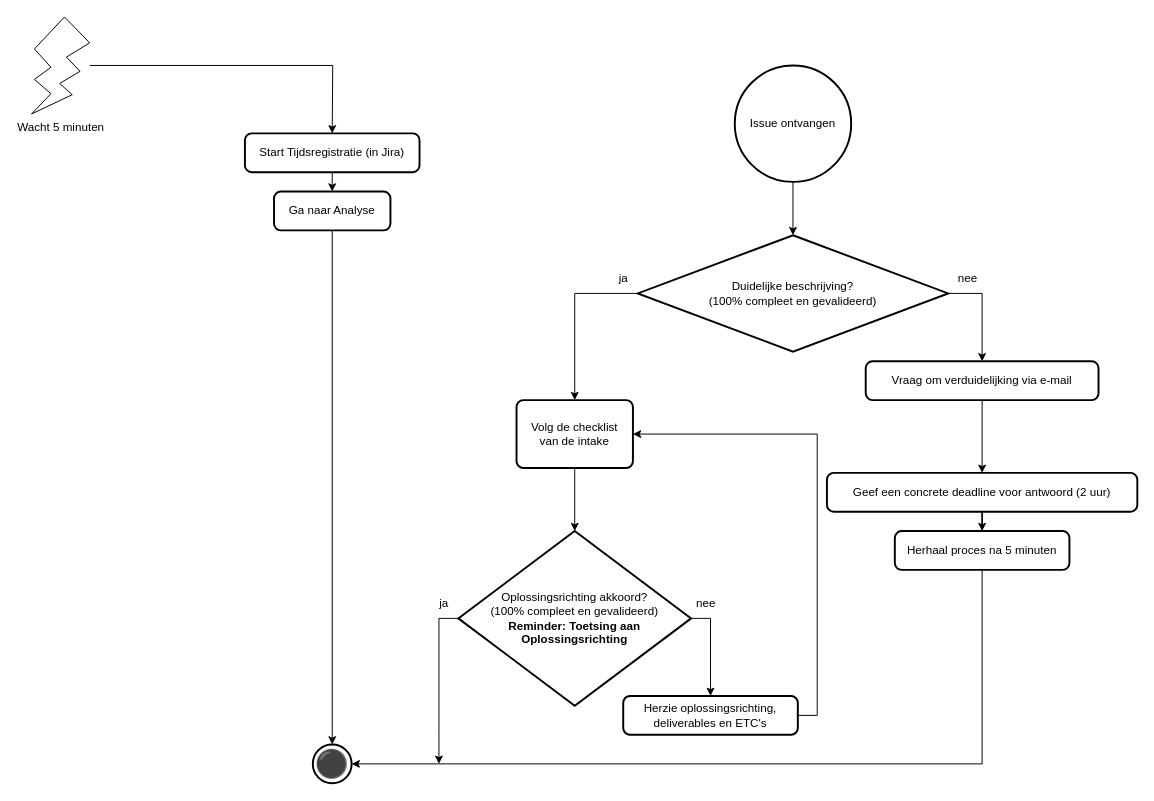
This is 1 Issue Tracker intake.drawio from Zaibatsu89/IssueTracker, a draw.io file, before an edit. Source tidied: cells renumbered, new cells numbered last; positions are measured from the earlier drawing's top-left corner, leaving out a move shared by most shapes. Both pictures are drawn from the tidied source at 97%, with x=0, y=0 at pixel (31, 16).
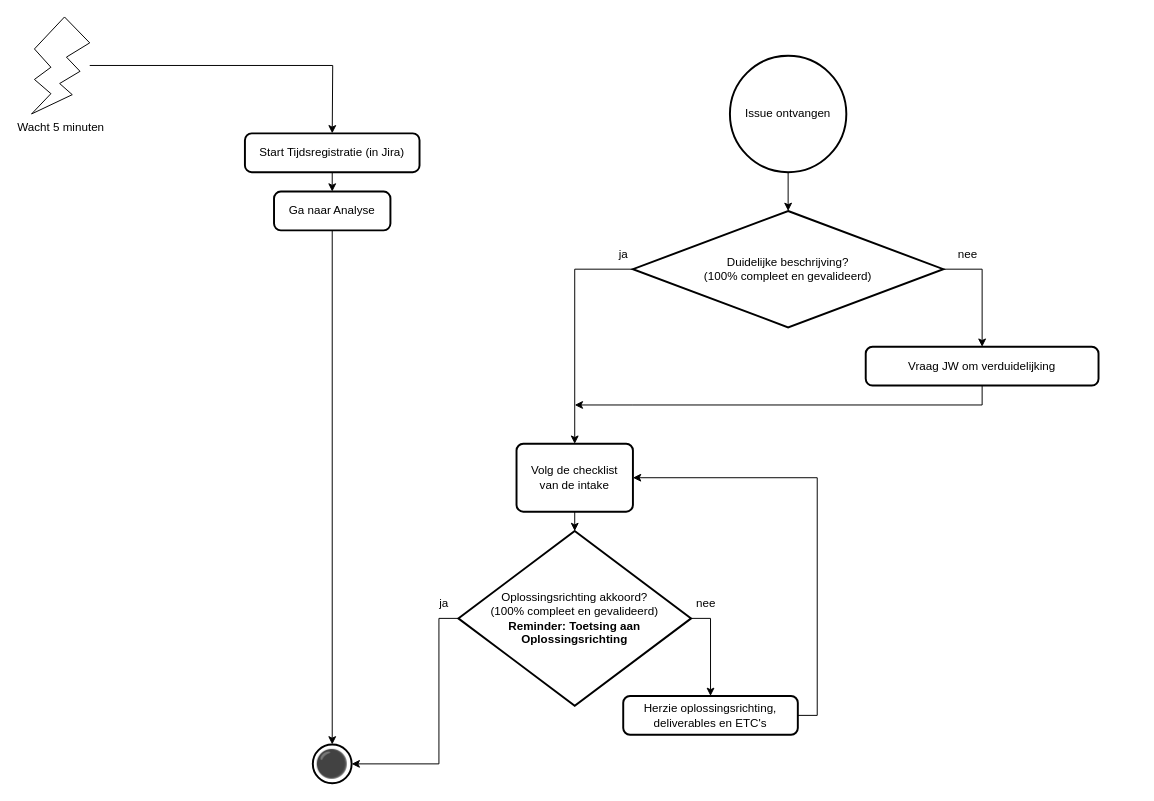
Above is the later version.

Commit message:
"Vraag om verduidelijking" in intake van flowcharts

Unchanged cells that the change refers to:
```xml
<mxCell id="14" value="⚫" style="strokeWidth=2;html=1;shape=mxgraph.flowchart.start_2;whiteSpace=wrap;fillStyle=solid;fillColor=none;perimeterSpacing=0;shadow=0;gradientColor=none;gradientDirection=north;fontSize=28;" parent="1" vertex="1">
  <mxGeometry x="290" y="750" width="40" height="40" as="geometry" />
</mxCell>
<mxCell id="26" value="Oplossingsrichting akkoord?&lt;br&gt;(100% compleet en gevalideerd)&lt;br&gt;&lt;b&gt;Reminder: Toetsing aan Oplossingsrichting&lt;/b&gt;" style="strokeWidth=2;html=1;shape=mxgraph.flowchart.decision;whiteSpace=wrap;" parent="1" vertex="1">
  <mxGeometry x="440" y="530" width="240" height="180" as="geometry" />
</mxCell>
```

What changed in the source:
```diff
@@
     <mxCell id="3" value="Issue ontvangen" style="strokeWidth=2;html=1;shape=mxgraph.flowchart.start_2;whiteSpace=wrap;" parent="1" vertex="1">
-      <mxGeometry x="725" y="50" width="120" height="120" as="geometry" />
+      <mxGeometry x="720" y="40" width="120" height="120" as="geometry" />
     </mxCell>
@@
     <mxCell id="6" value="Duidelijke beschrijving?&lt;br&gt;(100% compleet en gevalideerd)" style="strokeWidth=2;html=1;shape=mxgraph.flowchart.decision;whiteSpace=wrap;" parent="1" vertex="1">
-      <mxGeometry x="625" y="225" width="320" height="120" as="geometry" />
+      <mxGeometry x="620" y="200" width="320" height="120" as="geometry" />
     </mxCell>
-    <mxCell id="7" style="edgeStyle=orthogonalEdgeStyle;rounded=0;jettySize=auto;html=1;" parent="1" edge="1" source="8" target="11">
-      <mxGeometry relative="1" as="geometry" />
-    </mxCell>
+    <mxCell id="32" style="edgeStyle=orthogonalEdgeStyle;rounded=0;jettySize=auto;html=1;" parent="1" edge="1" source="8">
+      <mxGeometry relative="1" as="geometry">
+        <mxPoint x="560" y="400" as="targetPoint" />
+        <Array as="points">
+          <mxPoint x="980" y="400" />
+          <mxPoint x="620" y="400" />
+        </Array>
+      </mxGeometry>
+    </mxCell>
-    <mxCell id="8" value="Vraag om verduidelijking via e-mail" style="rounded=1;whiteSpace=wrap;html=1;absoluteArcSize=1;arcSize=14;strokeWidth=2;" parent="1" vertex="1">
-      <mxGeometry x="860" y="355" width="240" height="40" as="geometry" />
+    <mxCell id="8" value="Vraag JW om verduidelijking" style="rounded=1;whiteSpace=wrap;html=1;absoluteArcSize=1;arcSize=14;strokeWidth=2;" parent="1" vertex="1">
+      <mxGeometry x="860" y="340" width="240" height="40" as="geometry" />
     </mxCell>
     <mxCell id="9" value="nee" style="text;html=1;align=center;verticalAlign=middle;strokeColor=none;fillColor=none;" parent="1" vertex="1">
-      <mxGeometry x="945" y="255" width="40" height="30" as="geometry" />
+      <mxGeometry x="945" y="230" width="40" height="30" as="geometry" />
     </mxCell>
-    <mxCell id="10" style="edgeStyle=orthogonalEdgeStyle;rounded=0;jettySize=auto;html=1;" parent="1" edge="1" source="11" target="12">
-      <mxGeometry relative="1" as="geometry" />
-    </mxCell>
-    <mxCell id="11" value="Geef een concrete deadline voor antwoord (2 uur)" style="rounded=1;whiteSpace=wrap;html=1;absoluteArcSize=1;arcSize=14;strokeWidth=2;" parent="1" vertex="1">
-      <mxGeometry x="820" y="470" width="320" height="40" as="geometry" />
-    </mxCell>
-    <mxCell id="12" value="Herhaal proces na 5 minuten" style="rounded=1;whiteSpace=wrap;html=1;absoluteArcSize=1;arcSize=14;strokeWidth=2;" parent="1" vertex="1">
-      <mxGeometry x="890" y="530" width="180" height="40" as="geometry" />
-    </mxCell>
     <mxCell id="13" value="ja" style="text;html=1;align=center;verticalAlign=middle;strokeColor=none;fillColor=none;" parent="1" vertex="1">
-      <mxGeometry x="595" y="255" width="30" height="30" as="geometry" />
+      <mxGeometry x="595" y="230" width="30" height="30" as="geometry" />
     </mxCell>
@@
-    <mxCell id="18" style="edgeStyle=orthogonalEdgeStyle;rounded=0;jettySize=auto;html=1;exitX=0.5;exitY=1;exitDx=0;exitDy=0;entryX=1;entryY=0.5;entryDx=0;entryDy=0;entryPerimeter=0;" parent="1" edge="1" source="12" target="14">
-      <mxGeometry relative="1" as="geometry" />
-    </mxCell>
     <mxCell id="19" value="Volg de checklist&lt;br&gt;van de intake" style="rounded=1;whiteSpace=wrap;html=1;absoluteArcSize=1;arcSize=14;strokeWidth=2;" parent="1" vertex="1">
-      <mxGeometry x="500" y="395" width="120" height="70" as="geometry" />
+      <mxGeometry x="500" y="440" width="120" height="70" as="geometry" />
     </mxCell>
@@
-    <mxCell id="24" style="edgeStyle=orthogonalEdgeStyle;rounded=0;jettySize=auto;html=1;exitX=0;exitY=0.5;exitDx=0;exitDy=0;exitPerimeter=0;" parent="1" edge="1" source="26">
+    <mxCell id="24" style="edgeStyle=orthogonalEdgeStyle;rounded=0;jettySize=auto;html=1;exitX=0;exitY=0.5;exitDx=0;exitDy=0;exitPerimeter=0;entryX=1;entryY=0.5;entryDx=0;entryDy=0;entryPerimeter=0;" parent="1" edge="1" source="26" target="14">
       <mxGeometry relative="1" as="geometry">
-        <mxPoint x="420" y="770" as="targetPoint" />
+        <Array as="points">
+          <mxPoint x="420" y="620" />
+          <mxPoint x="420" y="770" />
+        </Array>
       </mxGeometry>
     </mxCell>
```
